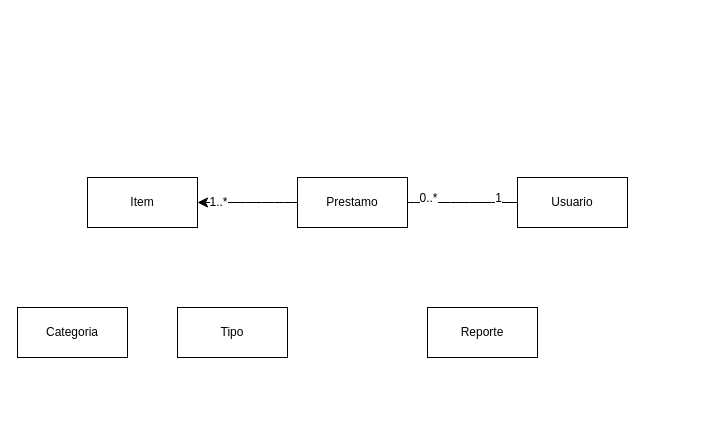
Above: Diagrama Conceptual.drawio in SSpayk/POO-Proyecto (draw.io), before the change. Source tidied: cells renumbered, new cells numbered last; positions are measured from the earlier drawing's top-left corner, leaving out a move shared by most shapes. Both pictures are drawn from the tidied source at 100%, with x=0, y=0 at pixel (17, 177).
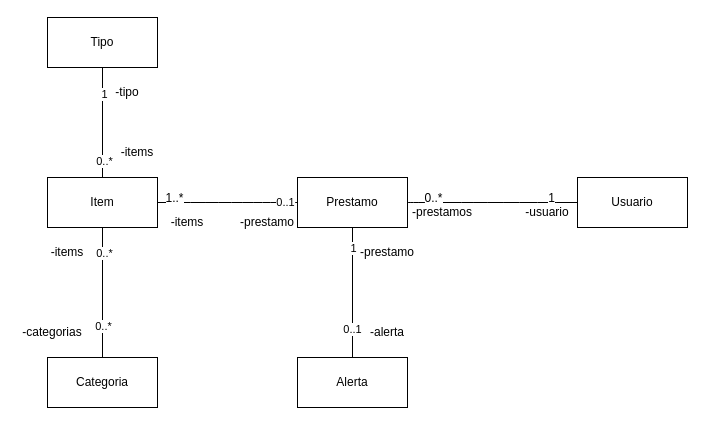
The same diagram, later.

Unchanged cells that the change refers to:
```xml
<mxCell id="11" value="Prestamo" style="html=1;whiteSpace=wrap;" parent="1" vertex="1">
  <mxGeometry x="280" width="110" height="50" as="geometry" />
</mxCell>
```

Diff of the diagram source:
```diff
@@
+    <mxCell id="13" style="edgeStyle=orthogonalEdgeStyle;rounded=0;jettySize=auto;html=1;exitX=0.5;exitY=1;exitDx=0;exitDy=0;entryX=0.5;entryY=0;entryDx=0;entryDy=0;endArrow=none;endFill=0;" parent="1" edge="1" source="2" target="4">
+      <mxGeometry relative="1" as="geometry" />
+    </mxCell>
+    <mxCell id="14" value="0..*" style="edgeLabel;html=1;align=center;verticalAlign=middle;" parent="13" vertex="1">
+      <mxGeometry x="0.51" relative="1" as="geometry" />
+    </mxCell>
+    <mxCell id="15" value="0..*" style="edgeLabel;html=1;align=center;verticalAlign=middle;" parent="13" vertex="1">
+      <mxGeometry x="-0.62" y="1" relative="1" as="geometry" />
+    </mxCell>
+    <mxCell id="16" style="edgeStyle=orthogonalEdgeStyle;rounded=0;jettySize=auto;html=1;exitX=0.5;exitY=0;exitDx=0;exitDy=0;entryX=0.5;entryY=1;entryDx=0;entryDy=0;endArrow=none;endFill=0;" parent="1" edge="1" source="2" target="5">
+      <mxGeometry relative="1" as="geometry" />
+    </mxCell>
+    <mxCell id="17" value="1" style="edgeLabel;html=1;align=center;verticalAlign=middle;" parent="16" vertex="1">
+      <mxGeometry x="0.52" y="-1" relative="1" as="geometry" />
+    </mxCell>
+    <mxCell id="18" value="0..*" style="edgeLabel;html=1;align=center;verticalAlign=middle;" parent="16" vertex="1">
+      <mxGeometry x="-0.7" y="-1" relative="1" as="geometry" />
+    </mxCell>
     <mxCell id="2" value="Item" style="html=1;whiteSpace=wrap;" parent="1" vertex="1">
-      <mxGeometry x="70" width="110" height="50" as="geometry" />
+      <mxGeometry x="30" width="110" height="50" as="geometry" />
     </mxCell>
     <mxCell id="3" value="Usuario" style="html=1;whiteSpace=wrap;" parent="1" vertex="1">
-      <mxGeometry x="500" width="110" height="50" as="geometry" />
+      <mxGeometry x="560" width="110" height="50" as="geometry" />
     </mxCell>
     <mxCell id="4" value="Categoria" style="html=1;whiteSpace=wrap;" parent="1" vertex="1">
-      <mxGeometry y="130" width="110" height="50" as="geometry" />
+      <mxGeometry x="30" y="180" width="110" height="50" as="geometry" />
     </mxCell>
     <mxCell id="5" value="Tipo" style="html=1;whiteSpace=wrap;" parent="1" vertex="1">
-      <mxGeometry x="160" y="130" width="110" height="50" as="geometry" />
+      <mxGeometry x="30" y="-160" width="110" height="50" as="geometry" />
     </mxCell>
@@
-    <mxCell id="9" style="edgeStyle=none;curved=1;rounded=0;jettySize=auto;html=1;exitX=0;exitY=0.5;exitDx=0;exitDy=0;entryX=1;entryY=0.5;entryDx=0;entryDy=0;fontSize=12;startSize=8;endSize=8;" parent="1" edge="1" source="11" target="2">
+    <mxCell id="9" style="edgeStyle=none;curved=1;rounded=0;jettySize=auto;html=1;exitX=0;exitY=0.5;exitDx=0;exitDy=0;entryX=1;entryY=0.5;entryDx=0;entryDy=0;fontSize=12;startSize=8;endSize=8;endArrow=none;endFill=0;" parent="1" edge="1" source="11" target="2">
       <mxGeometry relative="1" as="geometry" />
     </mxCell>
     <mxCell id="10" value="1..*" style="edgeLabel;html=1;align=center;verticalAlign=middle;fontSize=12;" parent="9" vertex="1">
-      <mxGeometry x="0.59" y="-1" relative="1" as="geometry" />
+      <mxGeometry x="0.59" y="-1" relative="1" as="geometry">
+        <mxPoint x="-13" y="-4" as="offset" />
+      </mxGeometry>
     </mxCell>
+    <mxCell id="19" value="0..1" style="edgeLabel;html=1;align=center;verticalAlign=middle;" parent="9" vertex="1">
+      <mxGeometry x="-0.81" y="-1" relative="1" as="geometry" />
+    </mxCell>
+    <mxCell id="20" style="edgeStyle=orthogonalEdgeStyle;rounded=0;jettySize=auto;html=1;exitX=0.5;exitY=1;exitDx=0;exitDy=0;entryX=0.5;entryY=0;entryDx=0;entryDy=0;endArrow=none;endFill=0;" parent="1" edge="1" source="11" target="25">
+      <mxGeometry relative="1" as="geometry" />
+    </mxCell>
+    <mxCell id="21" value="0..1" style="edgeLabel;html=1;align=center;verticalAlign=middle;" parent="20" vertex="1">
+      <mxGeometry x="0.56" y="-1" relative="1" as="geometry" />
+    </mxCell>
+    <mxCell id="22" value="1" style="edgeLabel;html=1;align=center;verticalAlign=middle;" parent="20" vertex="1">
+      <mxGeometry x="-0.8" relative="1" as="geometry">
+        <mxPoint y="7" as="offset" />
+      </mxGeometry>
+    </mxCell>
@@
-    <mxCell id="12" value="Reporte" style="html=1;whiteSpace=wrap;" parent="1" vertex="1">
-      <mxGeometry x="410" y="130" width="110" height="50" as="geometry" />
-    </mxCell>
+    <mxCell id="23" value="-prestamos" style="text;html=1;whiteSpace=wrap;strokeColor=none;fillColor=none;align=center;verticalAlign=middle;rounded=0;" parent="1" vertex="1">
+      <mxGeometry x="390" y="20" width="70" height="30" as="geometry" />
+    </mxCell>
+    <mxCell id="24" value="-items" style="text;html=1;whiteSpace=wrap;strokeColor=none;fillColor=none;align=center;verticalAlign=middle;rounded=0;" parent="1" vertex="1">
+      <mxGeometry x="140" y="30" width="60" height="30" as="geometry" />
+    </mxCell>
+    <mxCell id="25" value="Alerta" style="html=1;whiteSpace=wrap;" parent="1" vertex="1">
+      <mxGeometry x="280" y="180" width="110" height="50" as="geometry" />
+    </mxCell>
+    <mxCell id="26" value="-usuario" style="text;html=1;whiteSpace=wrap;strokeColor=none;fillColor=none;align=center;verticalAlign=middle;rounded=0;" parent="1" vertex="1">
+      <mxGeometry x="500" y="20" width="60" height="30" as="geometry" />
+    </mxCell>
+    <mxCell id="27" value="-prestamo" style="text;html=1;whiteSpace=wrap;strokeColor=none;fillColor=none;align=center;verticalAlign=middle;rounded=0;" parent="1" vertex="1">
+      <mxGeometry x="220" y="30" width="60" height="30" as="geometry" />
+    </mxCell>
+    <mxCell id="28" value="-categorias" style="text;html=1;whiteSpace=wrap;strokeColor=none;fillColor=none;align=center;verticalAlign=middle;rounded=0;" parent="1" vertex="1">
+      <mxGeometry y="140" width="70" height="30" as="geometry" />
+    </mxCell>
+    <mxCell id="29" value="-tipo" style="text;html=1;whiteSpace=wrap;strokeColor=none;fillColor=none;align=center;verticalAlign=middle;rounded=0;" parent="1" vertex="1">
+      <mxGeometry x="80" y="-100" width="60" height="30" as="geometry" />
+    </mxCell>
+    <mxCell id="30" value="-items" style="text;html=1;whiteSpace=wrap;strokeColor=none;fillColor=none;align=center;verticalAlign=middle;rounded=0;" parent="1" vertex="1">
+      <mxGeometry x="20" y="60" width="60" height="30" as="geometry" />
+    </mxCell>
+    <mxCell id="31" value="-items" style="text;html=1;whiteSpace=wrap;strokeColor=none;fillColor=none;align=center;verticalAlign=middle;rounded=0;" parent="1" vertex="1">
+      <mxGeometry x="90" y="-40" width="60" height="30" as="geometry" />
+    </mxCell>
+    <mxCell id="32" value="-alerta" style="text;html=1;whiteSpace=wrap;strokeColor=none;fillColor=none;align=center;verticalAlign=middle;rounded=0;" parent="1" vertex="1">
+      <mxGeometry x="340" y="140" width="60" height="30" as="geometry" />
+    </mxCell>
+    <mxCell id="33" value="-prestamo" style="text;html=1;whiteSpace=wrap;strokeColor=none;fillColor=none;align=center;verticalAlign=middle;rounded=0;" parent="1" vertex="1">
+      <mxGeometry x="340" y="60" width="60" height="30" as="geometry" />
+    </mxCell>
```
